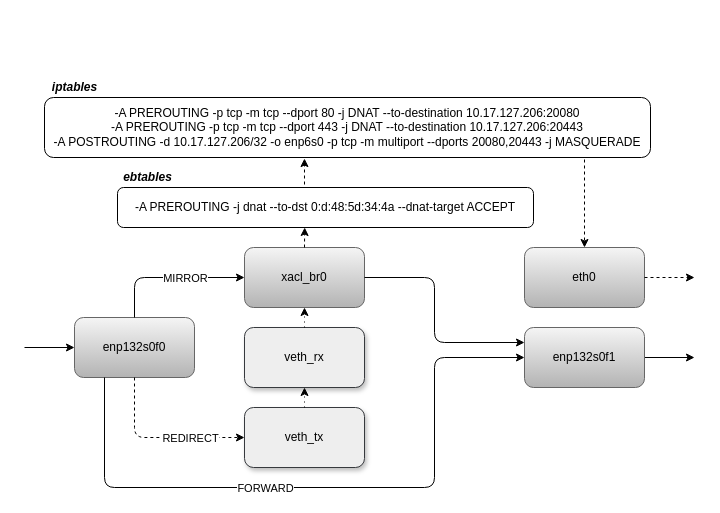
The draw.io diagram veth_mirror.drawio in AirbornWdd/doc, before the edit. Source tidied: cells renumbered, new cells numbered last; positions are measured from the earlier drawing's top-left corner, leaving out a move shared by most shapes. Both pictures are drawn from the tidied source at 100%, with x=0, y=0 at pixel (24, 77).
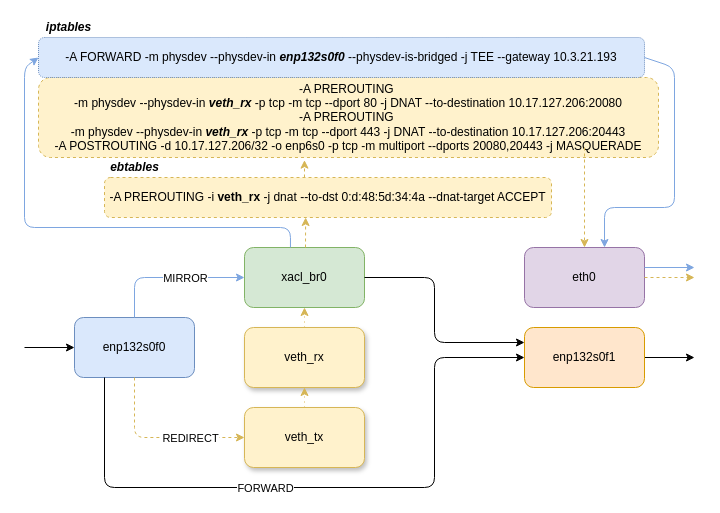
The same page after the edit.

Change to the diagram source:
```diff
@@
-    <mxCell id="2" value="xacl_br0" style="rounded=1;whiteSpace=wrap;html=1;gradientColor=#b3b3b3;fillColor=#f5f5f5;strokeColor=#666666;" parent="1" vertex="1">
+    <mxCell id="2" value="xacl_br0" style="rounded=1;whiteSpace=wrap;html=1;fillColor=#d5e8d4;strokeColor=#82b366;" parent="1" vertex="1">
       <mxGeometry x="220" y="170" width="120" height="60" as="geometry" />
     </mxCell>
-    <mxCell id="3" value="enp132s0f0" style="rounded=1;whiteSpace=wrap;html=1;gradientColor=#b3b3b3;fillColor=#f5f5f5;strokeColor=#666666;" parent="1" vertex="1">
+    <mxCell id="3" value="enp132s0f0" style="rounded=1;whiteSpace=wrap;html=1;fillColor=#dae8fc;strokeColor=#6c8ebf;" parent="1" vertex="1">
       <mxGeometry x="50" y="240" width="120" height="60" as="geometry" />
     </mxCell>
-    <mxCell id="4" value="veth_tx" style="rounded=1;whiteSpace=wrap;html=1;fillColor=#eeeeee;strokeColor=#36393d;shadow=1;" parent="1" vertex="1">
+    <mxCell id="4" value="veth_tx" style="rounded=1;whiteSpace=wrap;html=1;fillColor=#fff2cc;strokeColor=#d6b656;shadow=1;" parent="1" vertex="1">
       <mxGeometry x="220" y="330" width="120" height="60" as="geometry" />
     </mxCell>
-    <mxCell id="5" value="-A PREROUTING -j dnat --to-dst 0:d:48:5d:34:4a --dnat-target ACCEPT" style="rounded=1;whiteSpace=wrap;html=1;" parent="1" vertex="1">
-      <mxGeometry x="93" y="110" width="416" height="40" as="geometry" />
+    <mxCell id="5" value="-A PREROUTING -i &lt;b&gt;veth_rx&lt;/b&gt; -j dnat --to-dst 0:d:48:5d:34:4a --dnat-target ACCEPT" style="rounded=1;whiteSpace=wrap;html=1;dashed=1;fillColor=#fff2cc;strokeColor=#d6b656;" parent="1" vertex="1">
+      <mxGeometry x="80" y="100" width="447" height="40" as="geometry" />
     </mxCell>
-    <mxCell id="6" style="endArrow=classic;html=1;entryX=0;entryY=0.5;entryDx=0;entryDy=0;exitX=0.5;exitY=1;exitDx=0;exitDy=0;dashed=1;" parent="1" edge="1" source="3" target="4">
+    <mxCell id="6" style="endArrow=classic;html=1;entryX=0;entryY=0.5;entryDx=0;entryDy=0;exitX=0.5;exitY=1;exitDx=0;exitDy=0;dashed=1;fillColor=#fff2cc;strokeColor=#d6b656;" parent="1" edge="1" source="3" target="4">
       <mxGeometry relative="1" as="geometry">
         <Array as="points">
           <mxPoint x="110" y="360" />
         </Array>
       </mxGeometry>
     </mxCell>
@@
-    <mxCell id="9" style="endArrow=classic;html=1;exitX=0.5;exitY=0;exitDx=0;exitDy=0;entryX=0;entryY=0.5;entryDx=0;entryDy=0;" parent="1" edge="1" source="3" target="2">
+    <mxCell id="9" style="endArrow=classic;html=1;exitX=0.5;exitY=0;exitDx=0;exitDy=0;entryX=0;entryY=0.5;entryDx=0;entryDy=0;strokeColor=#7EA6E0;" parent="1" edge="1" source="3" target="2">
       <mxGeometry relative="1" as="geometry">
         <Array as="points">
           <mxPoint x="110" y="200" />
         </Array>
       </mxGeometry>
     </mxCell>
@@
-    <mxCell id="11" style="endArrow=classic;html=1;exitX=0.5;exitY=0;exitDx=0;exitDy=0;entryX=0.45;entryY=1;entryDx=0;entryDy=0;entryPerimeter=0;dashed=1;" parent="1" edge="1" source="2" target="5">
-      <mxGeometry relative="1" as="geometry" />
+    <mxCell id="11" style="endArrow=classic;html=1;entryX=0.45;entryY=1;entryDx=0;entryDy=0;entryPerimeter=0;dashed=1;fillColor=#fff2cc;strokeColor=#d6b656;" parent="1" edge="1" target="5">
+      <mxGeometry relative="1" as="geometry">
+        <mxPoint x="281" y="170" as="sourcePoint" />
+      </mxGeometry>
     </mxCell>
-    <mxCell id="12" value="&lt;div&gt;-A PREROUTING -p tcp -m tcp --dport 80 -j DNAT --to-destination 10.17.127.206:20080&lt;/div&gt;&lt;div&gt;-A PREROUTING -p tcp -m tcp --dport 443 -j DNAT --to-destination 10.17.127.206:20443&lt;/div&gt;&lt;div&gt;-A POSTROUTING -d 10.17.127.206/32 -o enp6s0 -p tcp -m multiport --dports 20080,20443 -j MASQUERADE&lt;/div&gt;" style="rounded=1;whiteSpace=wrap;html=1;" parent="1" vertex="1">
-      <mxGeometry x="20" y="20" width="606" height="60" as="geometry" />
+    <mxCell id="12" value="&lt;div&gt;-A PREROUTING&amp;nbsp;&lt;/div&gt;-m physdev --physdev-in &lt;b&gt;&lt;i&gt;veth_rx&lt;/i&gt;&lt;/b&gt;&lt;span&gt;&amp;nbsp;-p tcp -m tcp --dport 80 -j DNAT --to-destination 10.17.127.206:20080&lt;/span&gt;&lt;b&gt;&lt;i&gt;&lt;br&gt;&lt;/i&gt;&lt;/b&gt;&lt;div&gt;-A PREROUTING&amp;nbsp;&lt;/div&gt;-m physdev --physdev-in&amp;nbsp;&lt;b&gt;&lt;i&gt;veth_rx&lt;/i&gt;&lt;/b&gt;&lt;span&gt;&amp;nbsp;&lt;/span&gt;&lt;span&gt;-p tcp -m tcp --dport 443 -j DNAT --to-destination 10.17.127.206:20443&lt;/span&gt;&lt;span&gt;&lt;br&gt;&lt;/span&gt;&lt;div&gt;-A POSTROUTING -d 10.17.127.206/32 -o enp6s0 -p tcp -m multiport --dports 20080,20443 -j MASQUERADE&lt;/div&gt;" style="rounded=1;whiteSpace=wrap;html=1;dashed=1;fillColor=#fff2cc;strokeColor=#d6b656;" parent="1" vertex="1">
+      <mxGeometry x="14" width="620" height="80" as="geometry" />
     </mxCell>
     <mxCell id="13" value="&lt;b&gt;&lt;i&gt;ebtables&lt;/i&gt;&lt;/b&gt;" style="text;html=1;align=center;verticalAlign=middle;" parent="1" vertex="1">
-      <mxGeometry x="93" y="90" width="60" height="20" as="geometry" />
+      <mxGeometry x="80" y="80" width="60" height="20" as="geometry" />
     </mxCell>
     <mxCell id="14" value="&lt;b&gt;&lt;i&gt;iptables&lt;/i&gt;&lt;/b&gt;" style="text;html=1;align=center;verticalAlign=middle;" parent="1" vertex="1">
-      <mxGeometry x="20" width="60" height="20" as="geometry" />
+      <mxGeometry x="14" y="-60" width="60" height="20" as="geometry" />
     </mxCell>
-    <mxCell id="15" style="endArrow=classic;html=1;entryX=0.429;entryY=1.017;entryDx=0;entryDy=0;entryPerimeter=0;dashed=1;" parent="1" edge="1" target="12">
-      <mxGeometry relative="1" as="geometry">
-        <mxPoint x="280" y="107" as="sourcePoint" />
-      </mxGeometry>
-    </mxCell>
-    <mxCell id="16" value="eth0" style="rounded=1;whiteSpace=wrap;html=1;gradientColor=#b3b3b3;fillColor=#f5f5f5;strokeColor=#666666;" parent="1" vertex="1">
+    <mxCell id="16" value="eth0" style="rounded=1;whiteSpace=wrap;html=1;fillColor=#e1d5e7;strokeColor=#9673a6;" parent="1" vertex="1">
       <mxGeometry x="500" y="170" width="120" height="60" as="geometry" />
     </mxCell>
-    <mxCell id="17" style="endArrow=classic;html=1;entryX=0.5;entryY=0;entryDx=0;entryDy=0;dashed=1;" parent="1" edge="1" target="16">
+    <mxCell id="17" style="endArrow=classic;html=1;entryX=0.5;entryY=0;entryDx=0;entryDy=0;dashed=1;fillColor=#fff2cc;strokeColor=#d6b656;" parent="1" edge="1" target="16">
       <mxGeometry relative="1" as="geometry">
-        <mxPoint x="560" y="82" as="sourcePoint" />
+        <mxPoint x="560" y="70" as="sourcePoint" />
       </mxGeometry>
     </mxCell>
-    <mxCell id="18" style="endArrow=classic;html=1;exitX=1;exitY=0.5;exitDx=0;exitDy=0;dashed=1;" parent="1" edge="1" source="16">
+    <mxCell id="18" style="endArrow=classic;html=1;exitX=1;exitY=0.5;exitDx=0;exitDy=0;dashed=1;fillColor=#fff2cc;strokeColor=#d6b656;" parent="1" edge="1" source="16">
       <mxGeometry relative="1" as="geometry">
         <mxPoint x="670" y="200" as="targetPoint" />
       </mxGeometry>
     </mxCell>
-    <mxCell id="19" value="veth_rx" style="rounded=1;whiteSpace=wrap;html=1;fillColor=#eeeeee;strokeColor=#36393d;shadow=1;" parent="1" vertex="1">
+    <mxCell id="19" value="veth_rx" style="rounded=1;whiteSpace=wrap;html=1;fillColor=#fff2cc;strokeColor=#d6b656;shadow=1;" parent="1" vertex="1">
       <mxGeometry x="220" y="250" width="120" height="60" as="geometry" />
     </mxCell>
-    <mxCell id="20" value="&lt;span&gt;enp132s0f1&lt;/span&gt;" style="rounded=1;whiteSpace=wrap;html=1;gradientColor=#b3b3b3;fillColor=#f5f5f5;strokeColor=#666666;" parent="1" vertex="1">
+    <mxCell id="20" value="&lt;span&gt;enp132s0f1&lt;/span&gt;" style="rounded=1;whiteSpace=wrap;html=1;fillColor=#ffe6cc;strokeColor=#d79b00;" parent="1" vertex="1">
       <mxGeometry x="500" y="250" width="120" height="60" as="geometry" />
     </mxCell>
-    <mxCell id="21" style="endArrow=classic;html=1;exitX=0.5;exitY=0;exitDx=0;exitDy=0;entryX=0.5;entryY=1;entryDx=0;entryDy=0;dashed=1;dashPattern=1 4;" parent="1" edge="1" source="4" target="19">
+    <mxCell id="21" style="endArrow=classic;html=1;exitX=0.5;exitY=0;exitDx=0;exitDy=0;entryX=0.5;entryY=1;entryDx=0;entryDy=0;dashed=1;dashPattern=1 4;fillColor=#fff2cc;strokeColor=#d6b656;" parent="1" edge="1" source="4" target="19">
       <mxGeometry relative="1" as="geometry" />
     </mxCell>
-    <mxCell id="22" style="endArrow=classic;html=1;exitX=0.5;exitY=0;exitDx=0;exitDy=0;entryX=0.5;entryY=1;entryDx=0;entryDy=0;dashed=1;dashPattern=1 4;" parent="1" edge="1" source="19" target="2">
+    <mxCell id="22" style="endArrow=classic;html=1;exitX=0.5;exitY=0;exitDx=0;exitDy=0;entryX=0.5;entryY=1;entryDx=0;entryDy=0;dashed=1;dashPattern=1 4;fillColor=#fff2cc;strokeColor=#d6b656;" parent="1" edge="1" source="19" target="2">
       <mxGeometry relative="1" as="geometry" />
     </mxCell>
@@
+    <mxCell id="27" value="-A FORWARD -m physdev --physdev-in &lt;b&gt;&lt;i&gt;enp132s0f0&lt;/i&gt;&lt;/b&gt;&amp;nbsp;--physdev-is-bridged -j TEE --gateway 10.3.21.193" style="rounded=1;whiteSpace=wrap;html=1;dashed=1;dashPattern=1 1;fillColor=#dae8fc;strokeColor=#6c8ebf;" parent="1" vertex="1">
+      <mxGeometry x="14" y="-40" width="606" height="40" as="geometry" />
+    </mxCell>
+    <mxCell id="28" style="endArrow=classic;html=1;entryX=0.429;entryY=1.033;entryDx=0;entryDy=0;entryPerimeter=0;dashed=1;fillColor=#fff2cc;strokeColor=#d6b656;" parent="1" edge="1" target="12">
+      <mxGeometry relative="1" as="geometry">
+        <mxPoint x="280" y="100" as="sourcePoint" />
+      </mxGeometry>
+    </mxCell>
+    <mxCell id="29" style="endArrow=classic;html=1;exitX=0.383;exitY=0;exitDx=0;exitDy=0;exitPerimeter=0;entryX=0;entryY=0.5;entryDx=0;entryDy=0;strokeColor=#7EA6E0;" parent="1" edge="1" source="2" target="27">
+      <mxGeometry relative="1" as="geometry">
+        <Array as="points">
+          <mxPoint x="266" y="150" />
+          <mxPoint y="150" />
+          <mxPoint y="-10" />
+        </Array>
+      </mxGeometry>
+    </mxCell>
+    <mxCell id="30" style="endArrow=classic;html=1;entryX=0.667;entryY=0;entryDx=0;entryDy=0;entryPerimeter=0;exitX=1;exitY=0.5;exitDx=0;exitDy=0;strokeColor=#7EA6E0;" parent="1" edge="1" source="27" target="16">
+      <mxGeometry relative="1" as="geometry">
+        <Array as="points">
+          <mxPoint x="650" y="-10" />
+          <mxPoint x="650" y="130" />
+          <mxPoint x="580" y="130" />
+        </Array>
+      </mxGeometry>
+    </mxCell>
+    <mxCell id="31" style="endArrow=classic;html=1;exitX=1;exitY=0.5;exitDx=0;exitDy=0;strokeColor=#7EA6E0;" parent="1" edge="1">
+      <mxGeometry relative="1" as="geometry">
+        <mxPoint x="620" y="190" as="sourcePoint" />
+        <mxPoint x="670" y="190" as="targetPoint" />
+      </mxGeometry>
+    </mxCell>
```
